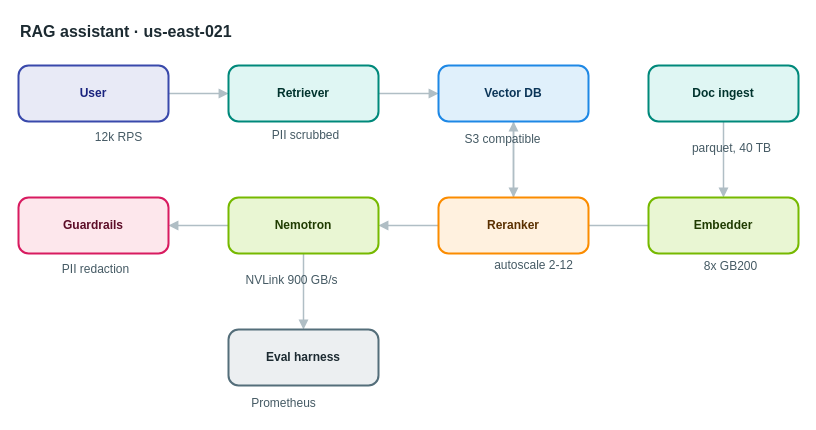
Before: apps/web/public/samples/library/021-rag-assistant.drawio in AryanG01/open-apprentice, a draw.io diagram. Source tidied: cells renumbered, new cells numbered last; positions are measured from the earlier drawing's top-left corner, leaving out a move shared by most shapes. Both pictures are drawn from the tidied source at 100%, with x=0, y=0 at pixel (18, 17).
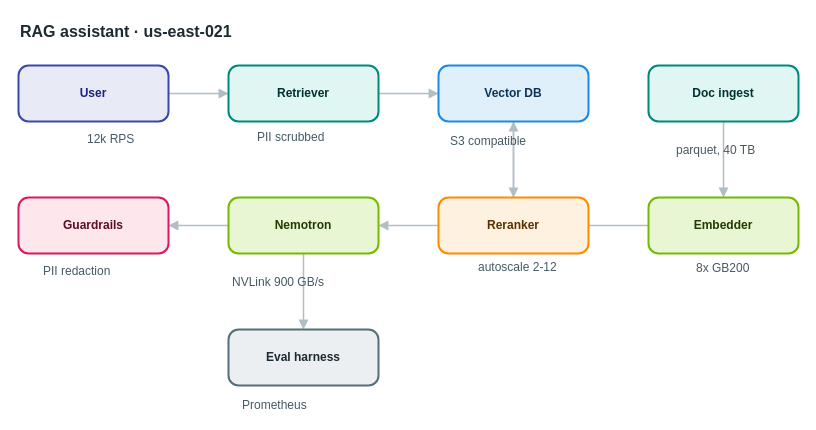
After the change.

Diff of the diagram source:
```diff
@@
-    <mxCell id="20" value="12k RPS" style="text;html=1;align=center;verticalAlign=middle;whiteSpace=nowrap;strokeColor=none;fillColor=none;fontSize=12;fontColor=#455a64;" parent="1" vertex="1">
+    <mxCell id="20" value="12k RPS" style="text;html=1;align=left;verticalAlign=top;whiteSpace=nowrap;spacing=0;spacingTop=0;strokeColor=none;fillColor=none;fontSize=12;fontColor=#455a64;" parent="1" vertex="1">
       <mxGeometry x="69" y="110" width="61" height="20" as="geometry" />
     </mxCell>
-    <mxCell id="21" value="PII scrubbed" style="text;html=1;align=center;verticalAlign=middle;whiteSpace=nowrap;strokeColor=none;fillColor=none;fontSize=12;fontColor=#455a64;" parent="1" vertex="1">
+    <mxCell id="21" value="PII scrubbed" style="text;html=1;align=left;verticalAlign=top;whiteSpace=nowrap;spacing=0;spacingTop=0;strokeColor=none;fillColor=none;fontSize=12;fontColor=#455a64;" parent="1" vertex="1">
       <mxGeometry x="239" y="108" width="96" height="20" as="geometry" />
     </mxCell>
-    <mxCell id="22" value="S3 compatible" style="text;html=1;align=center;verticalAlign=middle;whiteSpace=nowrap;strokeColor=none;fillColor=none;fontSize=12;fontColor=#455a64;" parent="1" vertex="1">
+    <mxCell id="22" value="S3 compatible" style="text;html=1;align=left;verticalAlign=top;whiteSpace=nowrap;spacing=0;spacingTop=0;strokeColor=none;fillColor=none;fontSize=12;fontColor=#455a64;" parent="1" vertex="1">
       <mxGeometry x="432" y="112" width="103" height="20" as="geometry" />
     </mxCell>
-    <mxCell id="23" value="autoscale 2-12" style="text;html=1;align=center;verticalAlign=middle;whiteSpace=nowrap;strokeColor=none;fillColor=none;fontSize=12;fontColor=#455a64;" parent="1" vertex="1">
+    <mxCell id="23" value="autoscale 2-12" style="text;html=1;align=left;verticalAlign=top;whiteSpace=nowrap;spacing=0;spacingTop=0;strokeColor=none;fillColor=none;fontSize=12;fontColor=#455a64;" parent="1" vertex="1">
       <mxGeometry x="460" y="238" width="110" height="20" as="geometry" />
     </mxCell>
-    <mxCell id="24" value="NVLink 900 GB/s" style="text;html=1;align=center;verticalAlign=middle;whiteSpace=nowrap;strokeColor=none;fillColor=none;fontSize=12;fontColor=#455a64;" parent="1" vertex="1">
+    <mxCell id="24" value="NVLink 900 GB/s" style="text;html=1;align=left;verticalAlign=top;whiteSpace=nowrap;spacing=0;spacingTop=0;strokeColor=none;fillColor=none;fontSize=12;fontColor=#455a64;" parent="1" vertex="1">
       <mxGeometry x="214" y="253" width="117" height="20" as="geometry" />
     </mxCell>
-    <mxCell id="25" value="PII redaction" style="text;html=1;align=center;verticalAlign=middle;whiteSpace=nowrap;strokeColor=none;fillColor=none;fontSize=12;fontColor=#455a64;" parent="1" vertex="1">
+    <mxCell id="25" value="PII redaction" style="text;html=1;align=left;verticalAlign=top;whiteSpace=nowrap;spacing=0;spacingTop=0;strokeColor=none;fillColor=none;fontSize=12;fontColor=#455a64;" parent="1" vertex="1">
       <mxGeometry x="25" y="242" width="103" height="20" as="geometry" />
     </mxCell>
-    <mxCell id="26" value="parquet, 40 TB" style="text;html=1;align=center;verticalAlign=middle;whiteSpace=nowrap;strokeColor=none;fillColor=none;fontSize=12;fontColor=#455a64;" parent="1" vertex="1">
+    <mxCell id="26" value="parquet, 40 TB" style="text;html=1;align=left;verticalAlign=top;whiteSpace=nowrap;spacing=0;spacingTop=0;strokeColor=none;fillColor=none;fontSize=12;fontColor=#455a64;" parent="1" vertex="1">
       <mxGeometry x="658" y="121" width="110" height="20" as="geometry" />
     </mxCell>
-    <mxCell id="27" value="8x GB200" style="text;html=1;align=center;verticalAlign=middle;whiteSpace=nowrap;strokeColor=none;fillColor=none;fontSize=12;fontColor=#455a64;" parent="1" vertex="1">
+    <mxCell id="27" value="8x GB200" style="text;html=1;align=left;verticalAlign=top;whiteSpace=nowrap;spacing=0;spacingTop=0;strokeColor=none;fillColor=none;fontSize=12;fontColor=#455a64;" parent="1" vertex="1">
       <mxGeometry x="678" y="239" width="68" height="20" as="geometry" />
     </mxCell>
-    <mxCell id="28" value="Prometheus" style="text;html=1;align=center;verticalAlign=middle;whiteSpace=nowrap;strokeColor=none;fillColor=none;fontSize=12;fontColor=#455a64;" parent="1" vertex="1">
+    <mxCell id="28" value="Prometheus" style="text;html=1;align=left;verticalAlign=top;whiteSpace=nowrap;spacing=0;spacingTop=0;strokeColor=none;fillColor=none;fontSize=12;fontColor=#455a64;" parent="1" vertex="1">
       <mxGeometry x="224" y="376" width="82" height="20" as="geometry" />
     </mxCell>
```
